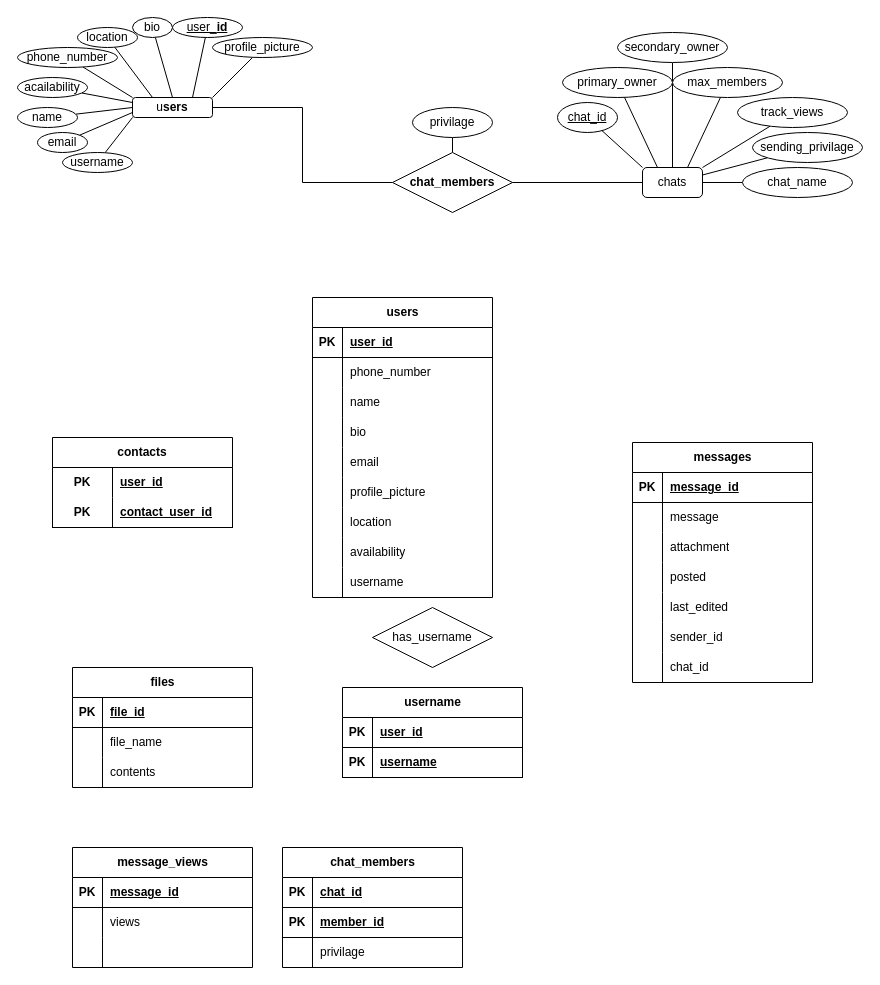
Above: ER Diagram.drawio in ParkerTenBroeck/COSC_3P32 (draw.io), before the change. Source tidied: cells renumbered, new cells numbered last; positions are measured from the earlier drawing's top-left corner, leaving out a move shared by most shapes. Both pictures are drawn from the tidied source at 100%, with x=0, y=0 at pixel (17, 17).
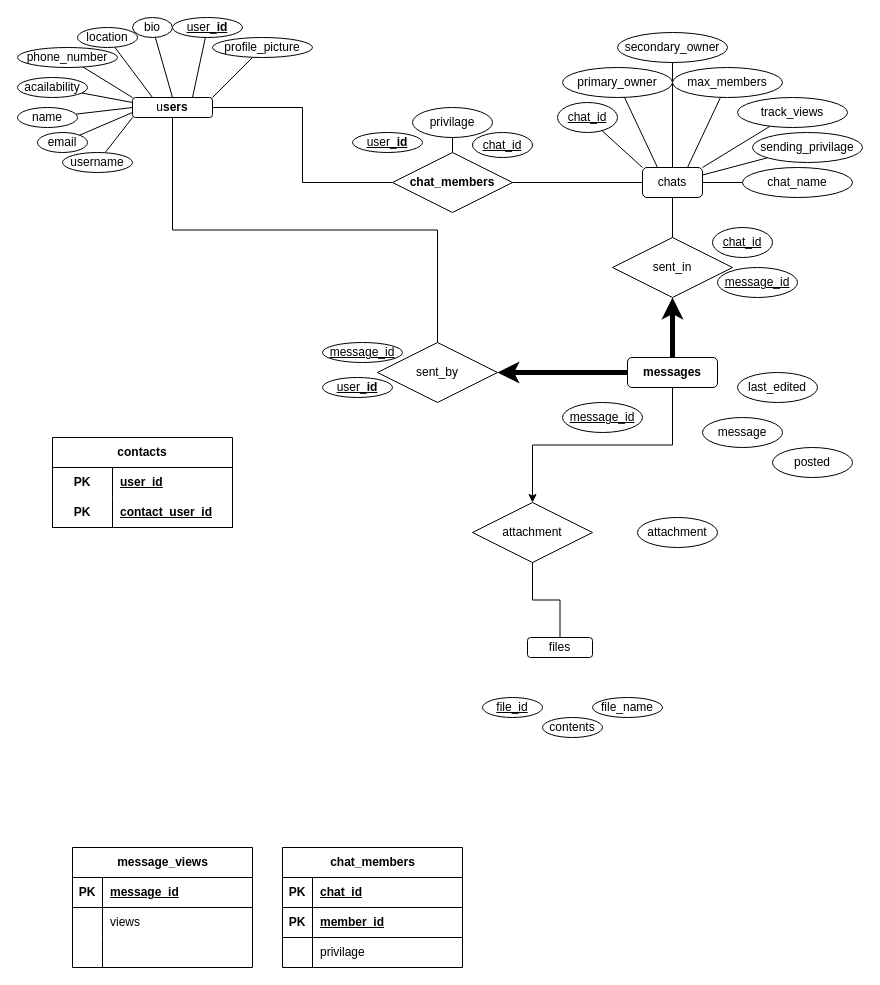
The same page after the edit.

Unchanged cells that the change refers to:
```xml
<mxCell id="111" value="u&lt;span style=&quot;font-weight: 700; background-color: initial;&quot;&gt;sers&lt;/span&gt;" style="rounded=1;whiteSpace=wrap;html=1;" parent="1" vertex="1">
  <mxGeometry x="115" y="80" width="80" height="20" as="geometry" />
</mxCell>
<mxCell id="128" value="chats" style="rounded=1;whiteSpace=wrap;html=1;" parent="1" vertex="1">
  <mxGeometry x="625" y="150" width="60" height="30" as="geometry" />
</mxCell>
```

Diff of the diagram source:
```diff
@@
-    <mxCell id="2" value="u&lt;span style=&quot;background-color: initial;&quot;&gt;sers&lt;/span&gt;" style="shape=table;startSize=30;childLayout=tableLayout;rowLines=0;fontStyle=1;align=center;html=1;" parent="1" vertex="1">
-      <mxGeometry x="295" y="280" width="180" height="300" as="geometry" />
-    </mxCell>
-    <mxCell id="3" style="shape=tableRow;horizontal=0;startSize=0;swimlaneHead=0;swimlaneBody=0;fillColor=none;top=0;left=0;right=0;bottom=1;" parent="2" vertex="1">
-      <mxGeometry y="30" width="180" height="30" as="geometry" />
-    </mxCell>
-    <mxCell id="4" value="PK" style="shape=partialRectangle;fillColor=none;top=0;left=0;bottom=0;right=0;fontStyle=1;overflow=hidden;whiteSpace=wrap;html=1;" parent="3" vertex="1">
-      <mxGeometry width="30" height="30" as="geometry" />
-    </mxCell>
-    <mxCell id="5" value="user_&lt;span style=&quot;background-color: initial;&quot;&gt;id&lt;/span&gt;" style="shape=partialRectangle;fillColor=none;top=0;left=0;bottom=0;right=0;align=left;spacingLeft=6;fontStyle=5;overflow=hidden;whiteSpace=wrap;html=1;" parent="3" vertex="1">
-      <mxGeometry x="30" width="150" height="30" as="geometry" />
-    </mxCell>
-    <mxCell id="6" style="shape=tableRow;horizontal=0;startSize=0;swimlaneHead=0;swimlaneBody=0;fillColor=none;top=0;left=0;right=0;bottom=0;" parent="2" vertex="1">
-      <mxGeometry y="60" width="180" height="30" as="geometry" />
-    </mxCell>
-    <mxCell id="7" style="shape=partialRectangle;fillColor=none;top=0;left=0;bottom=0;right=0;overflow=hidden;whiteSpace=wrap;html=1;" parent="6" vertex="1">
-      <mxGeometry width="30" height="30" as="geometry" />
-    </mxCell>
-    <mxCell id="8" value="phone_number" style="shape=partialRectangle;fillColor=none;top=0;left=0;bottom=0;right=0;align=left;spacingLeft=6;overflow=hidden;whiteSpace=wrap;html=1;" parent="6" vertex="1">
-      <mxGeometry x="30" width="150" height="30" as="geometry" />
-    </mxCell>
-    <mxCell id="9" style="shape=tableRow;horizontal=0;startSize=0;swimlaneHead=0;swimlaneBody=0;fillColor=none;top=0;left=0;right=0;bottom=0;" parent="2" vertex="1">
-      <mxGeometry y="90" width="180" height="30" as="geometry" />
-    </mxCell>
-    <mxCell id="10" style="shape=partialRectangle;fillColor=none;top=0;left=0;bottom=0;right=0;overflow=hidden;whiteSpace=wrap;html=1;" parent="9" vertex="1">
-      <mxGeometry width="30" height="30" as="geometry" />
-    </mxCell>
-    <mxCell id="11" value="name" style="shape=partialRectangle;fillColor=none;top=0;left=0;bottom=0;right=0;align=left;spacingLeft=6;overflow=hidden;whiteSpace=wrap;html=1;" parent="9" vertex="1">
-      <mxGeometry x="30" width="150" height="30" as="geometry" />
-    </mxCell>
-    <mxCell id="12" style="shape=tableRow;horizontal=0;startSize=0;swimlaneHead=0;swimlaneBody=0;fillColor=none;top=0;left=0;right=0;bottom=0;" parent="2" vertex="1">
-      <mxGeometry y="120" width="180" height="30" as="geometry" />
-    </mxCell>
-    <mxCell id="13" style="shape=partialRectangle;fillColor=none;top=0;left=0;bottom=0;right=0;overflow=hidden;whiteSpace=wrap;html=1;" parent="12" vertex="1">
-      <mxGeometry width="30" height="30" as="geometry" />
-    </mxCell>
-    <mxCell id="14" value="bio" style="shape=partialRectangle;fillColor=none;top=0;left=0;bottom=0;right=0;align=left;spacingLeft=6;overflow=hidden;whiteSpace=wrap;html=1;" parent="12" vertex="1">
-      <mxGeometry x="30" width="150" height="30" as="geometry" />
-    </mxCell>
-    <mxCell id="15" style="shape=tableRow;horizontal=0;startSize=0;swimlaneHead=0;swimlaneBody=0;fillColor=none;top=0;left=0;right=0;bottom=0;" parent="2" vertex="1">
-      <mxGeometry y="150" width="180" height="30" as="geometry" />
-    </mxCell>
-    <mxCell id="16" style="shape=partialRectangle;fillColor=none;top=0;left=0;bottom=0;right=0;overflow=hidden;whiteSpace=wrap;html=1;" parent="15" vertex="1">
-      <mxGeometry width="30" height="30" as="geometry" />
-    </mxCell>
-    <mxCell id="17" value="email" style="shape=partialRectangle;fillColor=none;top=0;left=0;bottom=0;right=0;align=left;spacingLeft=6;overflow=hidden;whiteSpace=wrap;html=1;" parent="15" vertex="1">
-      <mxGeometry x="30" width="150" height="30" as="geometry" />
-    </mxCell>
-    <mxCell id="18" style="shape=tableRow;horizontal=0;startSize=0;swimlaneHead=0;swimlaneBody=0;fillColor=none;top=0;left=0;right=0;bottom=0;" parent="2" vertex="1">
-      <mxGeometry y="180" width="180" height="30" as="geometry" />
-    </mxCell>
-    <mxCell id="19" style="shape=partialRectangle;fillColor=none;top=0;left=0;bottom=0;right=0;overflow=hidden;whiteSpace=wrap;html=1;" parent="18" vertex="1">
-      <mxGeometry width="30" height="30" as="geometry" />
-    </mxCell>
-    <mxCell id="20" value="profile_picture" style="shape=partialRectangle;fillColor=none;top=0;left=0;bottom=0;right=0;align=left;spacingLeft=6;overflow=hidden;whiteSpace=wrap;html=1;" parent="18" vertex="1">
-      <mxGeometry x="30" width="150" height="30" as="geometry" />
-    </mxCell>
-    <mxCell id="21" style="shape=tableRow;horizontal=0;startSize=0;swimlaneHead=0;swimlaneBody=0;fillColor=none;top=0;left=0;right=0;bottom=0;" parent="2" vertex="1">
-      <mxGeometry y="210" width="180" height="30" as="geometry" />
-    </mxCell>
-    <mxCell id="22" style="shape=partialRectangle;fillColor=none;top=0;left=0;bottom=0;right=0;overflow=hidden;whiteSpace=wrap;html=1;" parent="21" vertex="1">
-      <mxGeometry width="30" height="30" as="geometry" />
-    </mxCell>
-    <mxCell id="23" value="location" style="shape=partialRectangle;fillColor=none;top=0;left=0;bottom=0;right=0;align=left;spacingLeft=6;overflow=hidden;whiteSpace=wrap;html=1;" parent="21" vertex="1">
-      <mxGeometry x="30" width="150" height="30" as="geometry" />
-    </mxCell>
-    <mxCell id="24" style="shape=tableRow;horizontal=0;startSize=0;swimlaneHead=0;swimlaneBody=0;fillColor=none;top=0;left=0;right=0;bottom=0;" parent="2" vertex="1">
-      <mxGeometry y="240" width="180" height="30" as="geometry" />
-    </mxCell>
-    <mxCell id="25" style="shape=partialRectangle;fillColor=none;top=0;left=0;bottom=0;right=0;overflow=hidden;whiteSpace=wrap;html=1;" parent="24" vertex="1">
-      <mxGeometry width="30" height="30" as="geometry" />
-    </mxCell>
-    <mxCell id="26" value="availability" style="shape=partialRectangle;fillColor=none;top=0;left=0;bottom=0;right=0;align=left;spacingLeft=6;overflow=hidden;whiteSpace=wrap;html=1;" parent="24" vertex="1">
-      <mxGeometry x="30" width="150" height="30" as="geometry" />
-    </mxCell>
-    <mxCell id="27" style="shape=tableRow;horizontal=0;startSize=0;swimlaneHead=0;swimlaneBody=0;fillColor=none;top=0;left=0;right=0;bottom=0;" parent="2" vertex="1">
-      <mxGeometry y="270" width="180" height="30" as="geometry" />
-    </mxCell>
-    <mxCell id="28" style="shape=partialRectangle;fillColor=none;top=0;left=0;bottom=0;right=0;overflow=hidden;whiteSpace=wrap;html=1;" parent="27" vertex="1">
-      <mxGeometry width="30" height="30" as="geometry" />
-    </mxCell>
-    <mxCell id="29" value="username" style="shape=partialRectangle;fillColor=none;top=0;left=0;bottom=0;right=0;align=left;spacingLeft=6;overflow=hidden;whiteSpace=wrap;html=1;" parent="27" vertex="1">
-      <mxGeometry x="30" width="150" height="30" as="geometry" />
-    </mxCell>
-    <mxCell id="30" value="username" style="shape=table;startSize=30;childLayout=tableLayout;rowLines=0;fontStyle=1;align=center;html=1;" parent="1" vertex="1">
-      <mxGeometry x="325" y="670" width="180" height="90" as="geometry" />
-    </mxCell>
-    <mxCell id="31" style="shape=tableRow;horizontal=0;startSize=0;swimlaneHead=0;swimlaneBody=0;fillColor=none;top=0;left=0;right=0;bottom=1;" parent="30" vertex="1">
-      <mxGeometry y="30" width="180" height="30" as="geometry" />
-    </mxCell>
-    <mxCell id="32" value="PK" style="shape=partialRectangle;fillColor=none;top=0;left=0;bottom=0;right=0;fontStyle=1;overflow=hidden;whiteSpace=wrap;html=1;" parent="31" vertex="1">
-      <mxGeometry width="30" height="30" as="geometry" />
-    </mxCell>
-    <mxCell id="33" value="user_id" style="shape=partialRectangle;fillColor=none;top=0;left=0;bottom=0;right=0;align=left;spacingLeft=6;fontStyle=5;overflow=hidden;whiteSpace=wrap;html=1;" parent="31" vertex="1">
-      <mxGeometry x="30" width="150" height="30" as="geometry" />
-    </mxCell>
-    <mxCell id="34" style="shape=tableRow;horizontal=0;startSize=0;swimlaneHead=0;swimlaneBody=0;fillColor=none;top=0;left=0;right=0;bottom=1;" parent="30" vertex="1">
-      <mxGeometry y="60" width="180" height="30" as="geometry" />
-    </mxCell>
-    <mxCell id="35" value="PK" style="shape=partialRectangle;fillColor=none;top=0;left=0;bottom=0;right=0;fontStyle=1;overflow=hidden;whiteSpace=wrap;html=1;" parent="34" vertex="1">
-      <mxGeometry width="30" height="30" as="geometry" />
-    </mxCell>
-    <mxCell id="36" value="username" style="shape=partialRectangle;fillColor=none;top=0;left=0;bottom=0;right=0;align=left;spacingLeft=6;fontStyle=5;overflow=hidden;whiteSpace=wrap;html=1;" parent="34" vertex="1">
-      <mxGeometry x="30" width="150" height="30" as="geometry" />
-    </mxCell>
-    <mxCell id="37" value="has_username" style="shape=rhombus;perimeter=rhombusPerimeter;whiteSpace=wrap;html=1;align=center;" parent="1" vertex="1">
-      <mxGeometry x="355" y="590" width="120" height="60" as="geometry" />
-    </mxCell>
@@
-    <mxCell id="45" value="messages" style="shape=table;startSize=30;childLayout=tableLayout;rowLines=0;fontStyle=1;align=center;html=1;" parent="1" vertex="1">
-      <mxGeometry x="615" y="425" width="180" height="240" as="geometry" />
-    </mxCell>
-    <mxCell id="46" style="shape=tableRow;horizontal=0;startSize=0;swimlaneHead=0;swimlaneBody=0;fillColor=none;top=0;left=0;right=0;bottom=1;" parent="45" vertex="1">
-      <mxGeometry y="30" width="180" height="30" as="geometry" />
-    </mxCell>
-    <mxCell id="47" value="PK" style="shape=partialRectangle;fillColor=none;top=0;left=0;bottom=0;right=0;fontStyle=1;overflow=hidden;whiteSpace=wrap;html=1;" parent="46" vertex="1">
-      <mxGeometry width="30" height="30" as="geometry" />
-    </mxCell>
-    <mxCell id="48" value="message_id" style="shape=partialRectangle;fillColor=none;top=0;left=0;bottom=0;right=0;align=left;spacingLeft=6;fontStyle=5;overflow=hidden;whiteSpace=wrap;html=1;" parent="46" vertex="1">
-      <mxGeometry x="30" width="150" height="30" as="geometry" />
-    </mxCell>
-    <mxCell id="49" style="shape=tableRow;horizontal=0;startSize=0;swimlaneHead=0;swimlaneBody=0;fillColor=none;top=0;left=0;right=0;bottom=0;" parent="45" vertex="1">
-      <mxGeometry y="60" width="180" height="30" as="geometry" />
-    </mxCell>
-    <mxCell id="50" style="shape=partialRectangle;fillColor=none;top=0;left=0;bottom=0;right=0;overflow=hidden;whiteSpace=wrap;html=1;" parent="49" vertex="1">
-      <mxGeometry width="30" height="30" as="geometry" />
-    </mxCell>
-    <mxCell id="51" value="message" style="shape=partialRectangle;fillColor=none;top=0;left=0;bottom=0;right=0;align=left;spacingLeft=6;overflow=hidden;whiteSpace=wrap;html=1;" parent="49" vertex="1">
-      <mxGeometry x="30" width="150" height="30" as="geometry" />
-    </mxCell>
-    <mxCell id="52" style="shape=tableRow;horizontal=0;startSize=0;swimlaneHead=0;swimlaneBody=0;fillColor=none;top=0;left=0;right=0;bottom=0;" parent="45" vertex="1">
-      <mxGeometry y="90" width="180" height="30" as="geometry" />
-    </mxCell>
-    <mxCell id="53" style="shape=partialRectangle;fillColor=none;top=0;left=0;bottom=0;right=0;overflow=hidden;whiteSpace=wrap;html=1;" parent="52" vertex="1">
-      <mxGeometry width="30" height="30" as="geometry" />
-    </mxCell>
-    <mxCell id="54" value="attachment" style="shape=partialRectangle;fillColor=none;top=0;left=0;bottom=0;right=0;align=left;spacingLeft=6;overflow=hidden;whiteSpace=wrap;html=1;" parent="52" vertex="1">
-      <mxGeometry x="30" width="150" height="30" as="geometry" />
-    </mxCell>
-    <mxCell id="55" style="shape=tableRow;horizontal=0;startSize=0;swimlaneHead=0;swimlaneBody=0;fillColor=none;top=0;left=0;right=0;bottom=0;" parent="45" vertex="1">
-      <mxGeometry y="120" width="180" height="30" as="geometry" />
-    </mxCell>
-    <mxCell id="56" style="shape=partialRectangle;fillColor=none;top=0;left=0;bottom=0;right=0;overflow=hidden;whiteSpace=wrap;html=1;" parent="55" vertex="1">
-      <mxGeometry width="30" height="30" as="geometry" />
-    </mxCell>
-    <mxCell id="57" value="posted" style="shape=partialRectangle;fillColor=none;top=0;left=0;bottom=0;right=0;align=left;spacingLeft=6;overflow=hidden;whiteSpace=wrap;html=1;" parent="55" vertex="1">
-      <mxGeometry x="30" width="150" height="30" as="geometry" />
-    </mxCell>
-    <mxCell id="58" style="shape=tableRow;horizontal=0;startSize=0;swimlaneHead=0;swimlaneBody=0;fillColor=none;top=0;left=0;right=0;bottom=0;" parent="45" vertex="1">
-      <mxGeometry y="150" width="180" height="30" as="geometry" />
-    </mxCell>
-    <mxCell id="59" style="shape=partialRectangle;fillColor=none;top=0;left=0;bottom=0;right=0;overflow=hidden;whiteSpace=wrap;html=1;" parent="58" vertex="1">
-      <mxGeometry width="30" height="30" as="geometry" />
-    </mxCell>
-    <mxCell id="60" value="last_edited" style="shape=partialRectangle;fillColor=none;top=0;left=0;bottom=0;right=0;align=left;spacingLeft=6;overflow=hidden;whiteSpace=wrap;html=1;" parent="58" vertex="1">
-      <mxGeometry x="30" width="150" height="30" as="geometry" />
-    </mxCell>
-    <mxCell id="61" style="shape=tableRow;horizontal=0;startSize=0;swimlaneHead=0;swimlaneBody=0;fillColor=none;top=0;left=0;right=0;bottom=0;" parent="45" vertex="1">
-      <mxGeometry y="180" width="180" height="30" as="geometry" />
-    </mxCell>
-    <mxCell id="62" style="shape=partialRectangle;fillColor=none;top=0;left=0;bottom=0;right=0;overflow=hidden;whiteSpace=wrap;html=1;" parent="61" vertex="1">
-      <mxGeometry width="30" height="30" as="geometry" />
-    </mxCell>
-    <mxCell id="63" value="sender_id" style="shape=partialRectangle;fillColor=none;top=0;left=0;bottom=0;right=0;align=left;spacingLeft=6;overflow=hidden;whiteSpace=wrap;html=1;" parent="61" vertex="1">
-      <mxGeometry x="30" width="150" height="30" as="geometry" />
-    </mxCell>
-    <mxCell id="64" style="shape=tableRow;horizontal=0;startSize=0;swimlaneHead=0;swimlaneBody=0;fillColor=none;top=0;left=0;right=0;bottom=0;" parent="45" vertex="1">
-      <mxGeometry y="210" width="180" height="30" as="geometry" />
-    </mxCell>
-    <mxCell id="65" style="shape=partialRectangle;fillColor=none;top=0;left=0;bottom=0;right=0;overflow=hidden;whiteSpace=wrap;html=1;" parent="64" vertex="1">
-      <mxGeometry width="30" height="30" as="geometry" />
-    </mxCell>
-    <mxCell id="66" value="chat_id" style="shape=partialRectangle;fillColor=none;top=0;left=0;bottom=0;right=0;align=left;spacingLeft=6;overflow=hidden;whiteSpace=wrap;html=1;" parent="64" vertex="1">
-      <mxGeometry x="30" width="150" height="30" as="geometry" />
-    </mxCell>
-    <mxCell id="67" value="files" style="shape=table;startSize=30;childLayout=tableLayout;rowLines=0;fontStyle=1;align=center;html=1;" parent="1" vertex="1">
-      <mxGeometry x="55" y="650" width="180" height="120" as="geometry" />
-    </mxCell>
-    <mxCell id="68" style="shape=tableRow;horizontal=0;startSize=0;swimlaneHead=0;swimlaneBody=0;fillColor=none;top=0;left=0;right=0;bottom=1;" parent="67" vertex="1">
-      <mxGeometry y="30" width="180" height="30" as="geometry" />
-    </mxCell>
-    <mxCell id="69" value="PK" style="shape=partialRectangle;fillColor=none;top=0;left=0;bottom=0;right=0;fontStyle=1;overflow=hidden;whiteSpace=wrap;html=1;" parent="68" vertex="1">
-      <mxGeometry width="30" height="30" as="geometry" />
-    </mxCell>
-    <mxCell id="70" value="file_id" style="shape=partialRectangle;fillColor=none;top=0;left=0;bottom=0;right=0;align=left;spacingLeft=6;fontStyle=5;overflow=hidden;whiteSpace=wrap;html=1;" parent="68" vertex="1">
-      <mxGeometry x="30" width="150" height="30" as="geometry" />
-    </mxCell>
-    <mxCell id="71" style="shape=tableRow;horizontal=0;startSize=0;swimlaneHead=0;swimlaneBody=0;fillColor=none;top=0;left=0;right=0;bottom=0;" parent="67" vertex="1">
-      <mxGeometry y="60" width="180" height="30" as="geometry" />
-    </mxCell>
-    <mxCell id="72" style="shape=partialRectangle;fillColor=none;top=0;left=0;bottom=0;right=0;overflow=hidden;whiteSpace=wrap;html=1;" parent="71" vertex="1">
-      <mxGeometry width="30" height="30" as="geometry" />
-    </mxCell>
-    <mxCell id="73" value="file_name" style="shape=partialRectangle;fillColor=none;top=0;left=0;bottom=0;right=0;align=left;spacingLeft=6;overflow=hidden;whiteSpace=wrap;html=1;" parent="71" vertex="1">
-      <mxGeometry x="30" width="150" height="30" as="geometry" />
-    </mxCell>
-    <mxCell id="74" style="shape=tableRow;horizontal=0;startSize=0;swimlaneHead=0;swimlaneBody=0;fillColor=none;top=0;left=0;right=0;bottom=0;" parent="67" vertex="1">
-      <mxGeometry y="90" width="180" height="30" as="geometry" />
-    </mxCell>
-    <mxCell id="75" style="shape=partialRectangle;fillColor=none;top=0;left=0;bottom=0;right=0;overflow=hidden;whiteSpace=wrap;html=1;" parent="74" vertex="1">
-      <mxGeometry width="30" height="30" as="geometry" />
-    </mxCell>
-    <mxCell id="76" value="contents" style="shape=partialRectangle;fillColor=none;top=0;left=0;bottom=0;right=0;align=left;spacingLeft=6;overflow=hidden;whiteSpace=wrap;html=1;" parent="74" vertex="1">
-      <mxGeometry x="30" width="150" height="30" as="geometry" />
-    </mxCell>
@@
+    <mxCell id="136" style="edgeStyle=orthogonalEdgeStyle;rounded=0;jettySize=auto;html=1;exitX=0.5;exitY=1;exitDx=0;exitDy=0;endArrow=none;endFill=0;" parent="1" edge="1" source="111" target="146">
+      <mxGeometry relative="1" as="geometry" />
+    </mxCell>
@@
+    <mxCell id="137" style="edgeStyle=orthogonalEdgeStyle;rounded=0;jettySize=auto;html=1;exitX=0.5;exitY=1;exitDx=0;exitDy=0;endArrow=none;endFill=0;" parent="1" edge="1" source="128" target="143">
+      <mxGeometry relative="1" as="geometry" />
+    </mxCell>
@@
+    <mxCell id="138" style="edgeStyle=orthogonalEdgeStyle;rounded=0;jettySize=auto;html=1;exitX=0.5;exitY=0;exitDx=0;exitDy=0;strokeWidth=5;" parent="1" edge="1" source="45" target="143">
+      <mxGeometry relative="1" as="geometry" />
+    </mxCell>
+    <mxCell id="139" style="edgeStyle=orthogonalEdgeStyle;rounded=0;jettySize=auto;html=1;exitX=0;exitY=0.5;exitDx=0;exitDy=0;strokeWidth=5;" parent="1" edge="1" source="45" target="146">
+      <mxGeometry relative="1" as="geometry" />
+    </mxCell>
+    <mxCell id="140" style="edgeStyle=orthogonalEdgeStyle;rounded=0;jettySize=auto;html=1;exitX=0.5;exitY=1;exitDx=0;exitDy=0;" parent="1" edge="1" source="45" target="151">
+      <mxGeometry relative="1" as="geometry" />
+    </mxCell>
+    <mxCell id="45" value="&lt;span style=&quot;font-weight: 700; text-wrap: nowrap;&quot;&gt;messages&lt;/span&gt;" style="rounded=1;whiteSpace=wrap;html=1;" parent="1" vertex="1">
+      <mxGeometry x="610" y="340" width="90" height="30" as="geometry" />
+    </mxCell>
+    <mxCell id="141" value="&lt;u&gt;message_id&lt;/u&gt;" style="ellipse;whiteSpace=wrap;html=1;" parent="1" vertex="1">
+      <mxGeometry x="545" y="385" width="80" height="30" as="geometry" />
+    </mxCell>
+    <mxCell id="51" value="message" style="ellipse;whiteSpace=wrap;html=1;" parent="1" vertex="1">
+      <mxGeometry x="685" y="400" width="80" height="30" as="geometry" />
+    </mxCell>
+    <mxCell id="142" value="&lt;span style=&quot;text-align: left;&quot;&gt;attachment&lt;/span&gt;" style="ellipse;whiteSpace=wrap;html=1;" parent="1" vertex="1">
+      <mxGeometry x="620" y="500" width="80" height="30" as="geometry" />
+    </mxCell>
+    <mxCell id="57" value="&lt;span style=&quot;text-align: left;&quot;&gt;posted&lt;/span&gt;" style="ellipse;whiteSpace=wrap;html=1;" parent="1" vertex="1">
+      <mxGeometry x="755" y="430" width="80" height="30" as="geometry" />
+    </mxCell>
+    <mxCell id="60" value="&lt;span style=&quot;text-align: left;&quot;&gt;last_edited&lt;/span&gt;" style="ellipse;whiteSpace=wrap;html=1;" parent="1" vertex="1">
+      <mxGeometry x="720" y="355" width="80" height="30" as="geometry" />
+    </mxCell>
+    <mxCell id="143" value="sent_in" style="shape=rhombus;perimeter=rhombusPerimeter;whiteSpace=wrap;html=1;align=center;" parent="1" vertex="1">
+      <mxGeometry x="595" y="220" width="120" height="60" as="geometry" />
+    </mxCell>
+    <mxCell id="144" value="&lt;u&gt;message_id&lt;/u&gt;" style="ellipse;whiteSpace=wrap;html=1;" parent="1" vertex="1">
+      <mxGeometry x="700" y="250" width="80" height="30" as="geometry" />
+    </mxCell>
+    <mxCell id="145" value="&lt;u&gt;chat_id&lt;/u&gt;" style="ellipse;whiteSpace=wrap;html=1;" parent="1" vertex="1">
+      <mxGeometry x="695" y="210" width="60" height="30" as="geometry" />
+    </mxCell>
+    <mxCell id="146" value="sent_by" style="shape=rhombus;perimeter=rhombusPerimeter;whiteSpace=wrap;html=1;align=center;" parent="1" vertex="1">
+      <mxGeometry x="360" y="325" width="120" height="60" as="geometry" />
+    </mxCell>
+    <mxCell id="147" value="&lt;u&gt;message_id&lt;/u&gt;" style="ellipse;whiteSpace=wrap;html=1;" parent="1" vertex="1">
+      <mxGeometry x="305" y="325" width="80" height="20" as="geometry" />
+    </mxCell>
+    <mxCell id="148" value="&lt;u&gt;user_&lt;span style=&quot;font-weight: 700; text-align: left; background-color: initial;&quot;&gt;id&lt;/span&gt;&lt;/u&gt;" style="ellipse;whiteSpace=wrap;html=1;" parent="1" vertex="1">
+      <mxGeometry x="305" y="360" width="70" height="20" as="geometry" />
+    </mxCell>
+    <mxCell id="149" value="&lt;u&gt;user_&lt;span style=&quot;font-weight: 700; text-align: left; background-color: initial;&quot;&gt;id&lt;/span&gt;&lt;/u&gt;" style="ellipse;whiteSpace=wrap;html=1;" parent="1" vertex="1">
+      <mxGeometry x="335" y="115" width="70" height="20" as="geometry" />
+    </mxCell>
+    <mxCell id="150" value="&lt;u&gt;chat_id&lt;/u&gt;" style="ellipse;whiteSpace=wrap;html=1;" parent="1" vertex="1">
+      <mxGeometry x="455" y="115" width="60" height="25" as="geometry" />
+    </mxCell>
+    <mxCell id="151" value="attachment" style="shape=rhombus;perimeter=rhombusPerimeter;whiteSpace=wrap;html=1;align=center;" parent="1" vertex="1">
+      <mxGeometry x="455" y="485" width="120" height="60" as="geometry" />
+    </mxCell>
+    <mxCell id="152" style="edgeStyle=orthogonalEdgeStyle;rounded=0;jettySize=auto;html=1;exitX=0.5;exitY=0;exitDx=0;exitDy=0;endArrow=none;endFill=0;" parent="1" edge="1" source="67" target="151">
+      <mxGeometry relative="1" as="geometry" />
+    </mxCell>
+    <mxCell id="67" value="files" style="rounded=1;whiteSpace=wrap;html=1;" parent="1" vertex="1">
+      <mxGeometry x="510" y="620" width="65" height="20" as="geometry" />
+    </mxCell>
+    <mxCell id="70" value="&lt;u&gt;file_id&lt;/u&gt;" style="ellipse;whiteSpace=wrap;html=1;" parent="1" vertex="1">
+      <mxGeometry x="465" y="680" width="60" height="20" as="geometry" />
+    </mxCell>
+    <mxCell id="73" value="file_name" style="ellipse;whiteSpace=wrap;html=1;" parent="1" vertex="1">
+      <mxGeometry x="575" y="680" width="70" height="20" as="geometry" />
+    </mxCell>
+    <mxCell id="76" value="contents" style="ellipse;whiteSpace=wrap;html=1;" parent="1" vertex="1">
+      <mxGeometry x="525" y="700" width="60" height="20" as="geometry" />
+    </mxCell>
```
